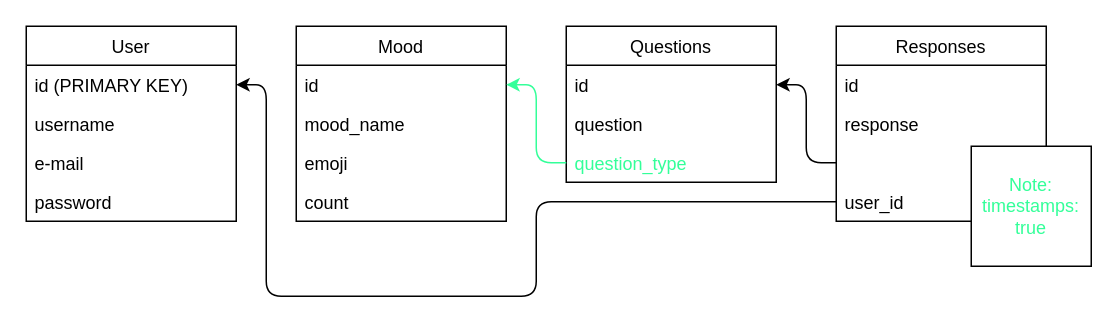
This is schema.drawio from ccaitano/brain-dump, a draw.io file, before an edit. Source tidied: cells renumbered, new cells numbered last; positions are measured from the earlier drawing's top-left corner, leaving out a move shared by most shapes. Both pictures are drawn from the tidied source at 150%, with x=0, y=0 at pixel (26, 26).
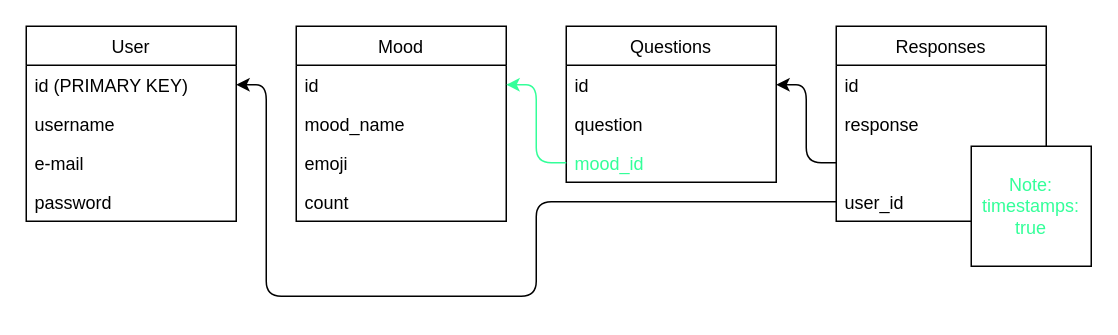
The same diagram, later.

The change refers to these unchanged cells:
```xml
<mxCell id="12" value="Questions" style="swimlane;fontStyle=0;horizontal=1;startSize=26;fillColor=none;" parent="1" vertex="1">
  <mxGeometry x="360" width="140" height="104" as="geometry" />
</mxCell>
```

Change to the diagram source:
```diff
@@
-    <mxCell id="15" value="question_type" style="text;strokeColor=none;fillColor=none;align=left;verticalAlign=top;spacingLeft=4;spacingRight=4;overflow=hidden;points=[[0,0.5],[1,0.5]];portConstraint=eastwest;fontColor=#33FF99;" parent="12" vertex="1">
+    <mxCell id="15" value="mood_id" style="text;strokeColor=none;fillColor=none;align=left;verticalAlign=top;spacingLeft=4;spacingRight=4;overflow=hidden;points=[[0,0.5],[1,0.5]];portConstraint=eastwest;fontColor=#33FF99;" parent="12" vertex="1">
       <mxGeometry y="78" width="140" height="26" as="geometry" />
     </mxCell>
```
